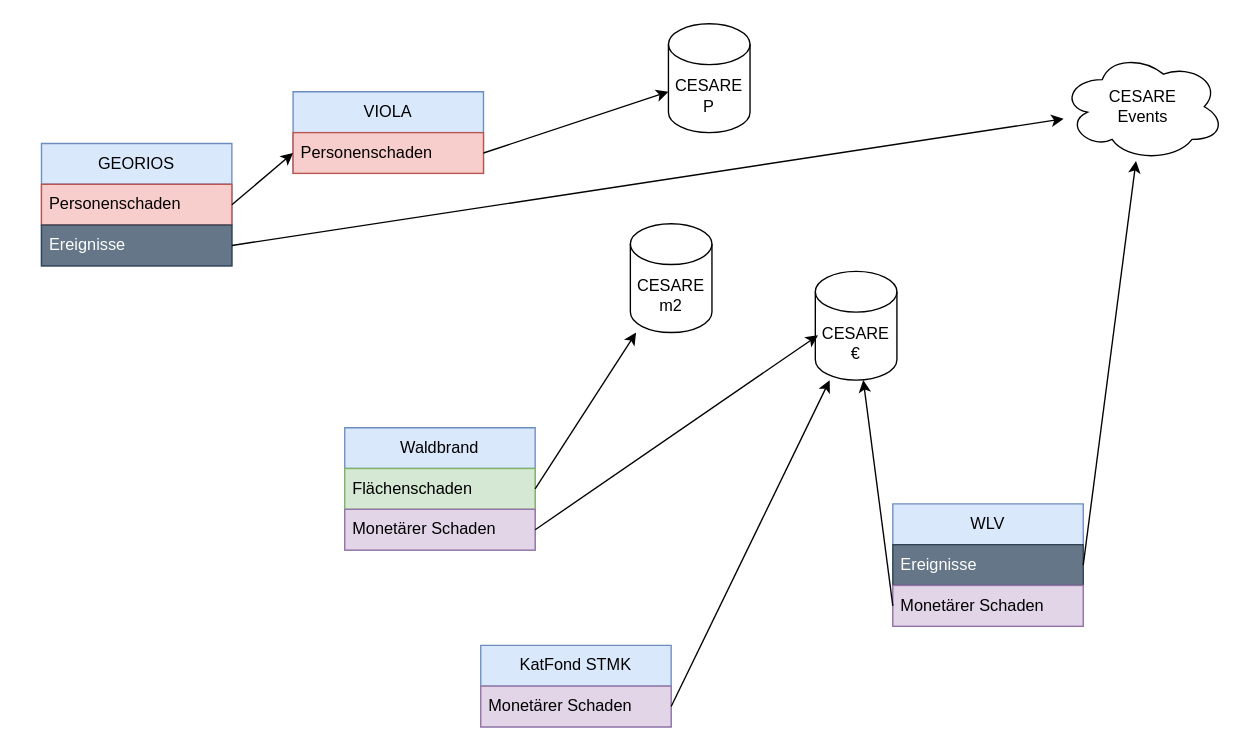
thomini/cesare_data_flow keeps this draw.io diagram as Unbenanntes Diagramm.drawio. Above is the earlier version. Source tidied: cells renumbered, new cells numbered last; positions are measured from the earlier drawing's top-left corner, leaving out a move shared by most shapes. Both pictures are drawn from the tidied source at 136%, with x=0, y=0 at pixel (41, 23).
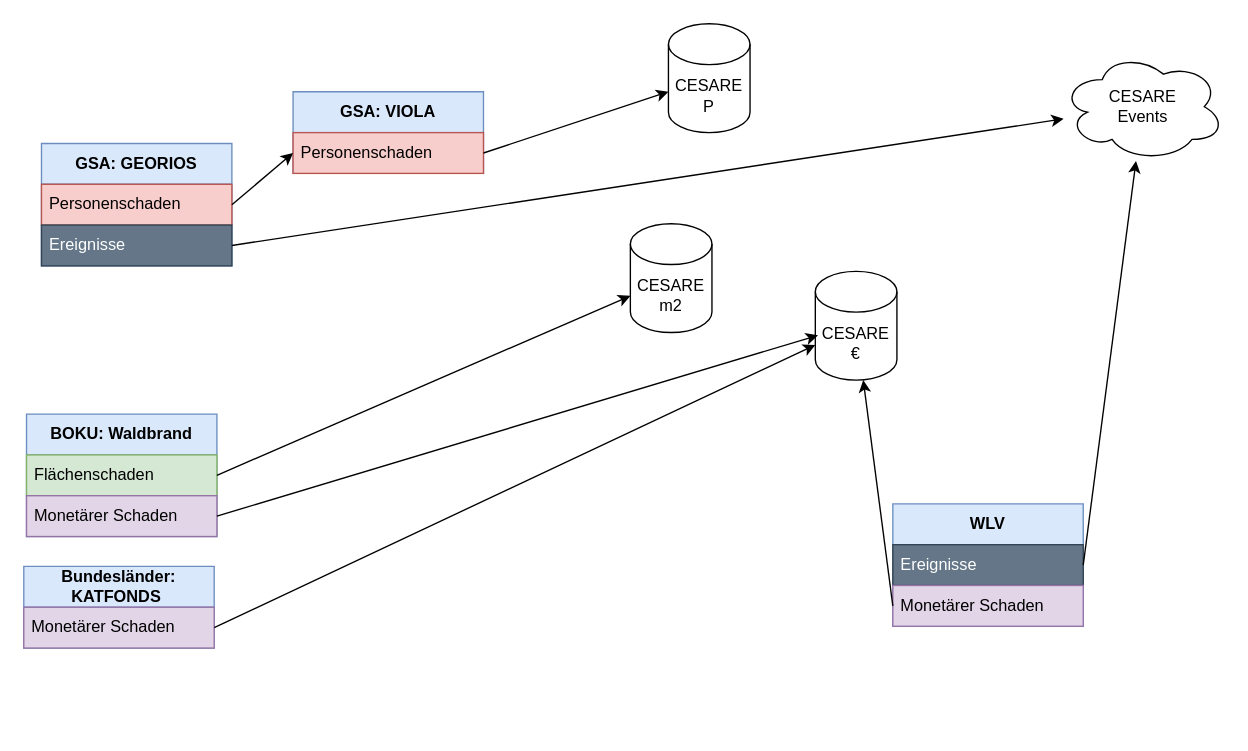
The same page after the edit.

Diff of the diagram source:
```diff
@@
-    <mxCell id="2" value="VIOLA" style="swimlane;fontStyle=0;horizontal=1;startSize=30;whiteSpace=wrap;html=1;fillColor=#dae8fc;strokeColor=#6c8ebf;" parent="1" vertex="1">
+    <mxCell id="2" value="&lt;b&gt;GSA: VIOLA&lt;/b&gt;" style="swimlane;fontStyle=0;horizontal=1;startSize=30;whiteSpace=wrap;html=1;fillColor=#dae8fc;strokeColor=#6c8ebf;" parent="1" vertex="1">
       <mxGeometry x="185" y="50" width="140" height="60" as="geometry" />
     </mxCell>
@@
-    <mxCell id="4" value="Waldbrand" style="swimlane;fontStyle=0;horizontal=1;startSize=30;whiteSpace=wrap;html=1;fillColor=#dae8fc;strokeColor=#6c8ebf;" parent="1" vertex="1">
-      <mxGeometry x="223" y="297" width="140" height="90" as="geometry" />
+    <mxCell id="4" value="&lt;b&gt;BOKU: Waldbrand&lt;/b&gt;" style="swimlane;fontStyle=0;horizontal=1;startSize=30;whiteSpace=wrap;html=1;fillColor=#dae8fc;strokeColor=#6c8ebf;" parent="1" vertex="1">
+      <mxGeometry x="-11" y="287" width="140" height="90" as="geometry" />
     </mxCell>
@@
-    <mxCell id="10" value="KatFond STMK" style="swimlane;fontStyle=0;horizontal=1;startSize=30;whiteSpace=wrap;html=1;fillColor=#dae8fc;strokeColor=#6c8ebf;" parent="1" vertex="1">
-      <mxGeometry x="323" y="457" width="140" height="60" as="geometry" />
+    <mxCell id="10" value="&lt;b&gt;Bundesländer: KATFONDS&amp;nbsp;&lt;/b&gt;" style="swimlane;fontStyle=0;horizontal=1;startSize=30;whiteSpace=wrap;html=1;fillColor=#dae8fc;strokeColor=#6c8ebf;" parent="1" vertex="1">
+      <mxGeometry x="-13" y="399" width="140" height="60" as="geometry" />
     </mxCell>
@@
-    <mxCell id="12" value="WLV" style="swimlane;fontStyle=0;horizontal=1;startSize=30;whiteSpace=wrap;html=1;fillColor=#dae8fc;strokeColor=#6c8ebf;" parent="1" vertex="1">
+    <mxCell id="12" value="&lt;b&gt;WLV&lt;/b&gt;" style="swimlane;fontStyle=0;horizontal=1;startSize=30;whiteSpace=wrap;html=1;fillColor=#dae8fc;strokeColor=#6c8ebf;" parent="1" vertex="1">
       <mxGeometry x="626" y="353" width="140" height="90" as="geometry" />
     </mxCell>
@@
-    <mxCell id="22" value="GEORIOS" style="swimlane;fontStyle=0;horizontal=1;startSize=30;whiteSpace=wrap;html=1;fillColor=#dae8fc;strokeColor=#6c8ebf;" parent="1" vertex="1">
+    <mxCell id="22" value="&lt;b&gt;GSA: GEORIOS&lt;/b&gt;" style="swimlane;fontStyle=0;horizontal=1;startSize=30;whiteSpace=wrap;html=1;fillColor=#dae8fc;strokeColor=#6c8ebf;" parent="1" vertex="1">
       <mxGeometry y="88" width="140" height="90" as="geometry" />
     </mxCell>
```
